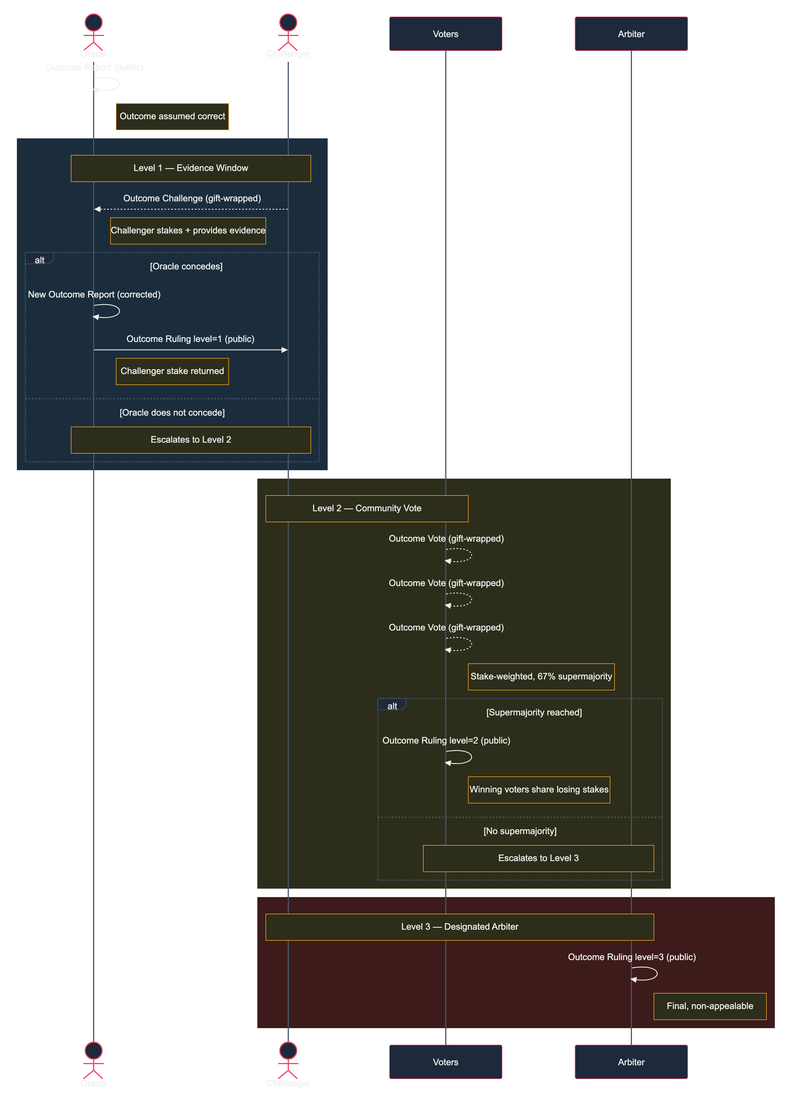
This is images/oracle-2-challenge-flow.png from forgesworn/nip-drafts, a Mermaid export, as it was before one commit. Its source is kept beside it as images/oracle-2-challenge-flow.mmd.
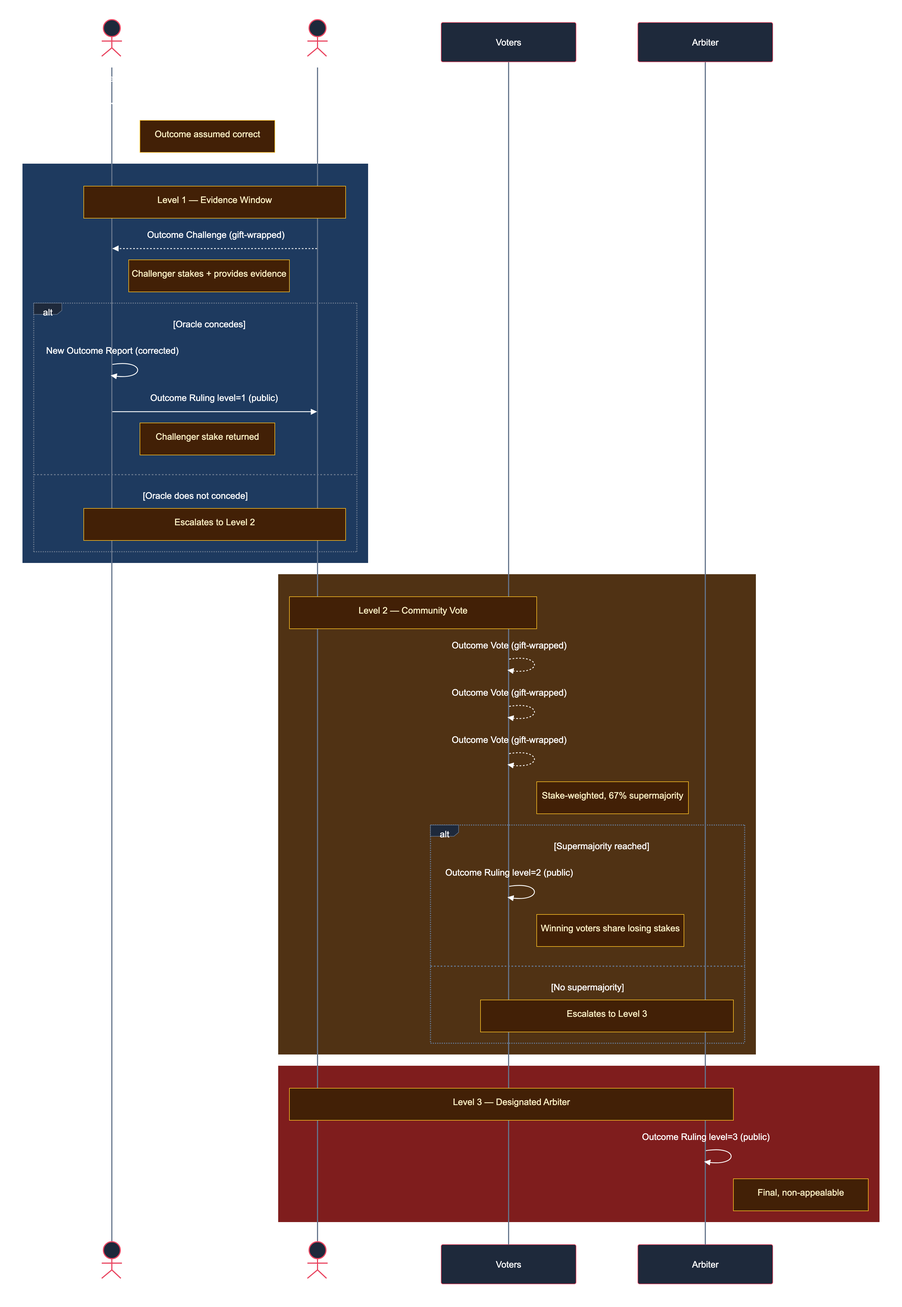
Later version of the same file.

What changed in the source:
```diff
@@ -7,7 +7,7 @@
     O->>O: Outcome Report (public)
     Note right of O: Outcome assumed correct
 
-    rect rgb(27, 45, 61)
+    rect rgb(30, 58, 95)
         Note over O,C: Level 1 — Evidence Window
         C-->>O: Outcome Challenge (gift-wrapped)
         Note left of C: Challenger stakes + provides evidence
@@ -21,7 +21,7 @@
         end
     end
 
-    rect rgb(45, 45, 27)
+    rect rgb(80, 50, 20)
         Note over C,V: Level 2 — Community Vote
         V-->>V: Outcome Vote (gift-wrapped)
         V-->>V: Outcome Vote (gift-wrapped)
@@ -36,7 +36,7 @@
         end
     end
 
-    rect rgb(61, 27, 27)
+    rect rgb(127, 29, 29)
         Note over C,A: Level 3 — Designated Arbiter
         A->>A: Outcome Ruling level=3 (public)
         Note right of A: Final, non-appealable
```
